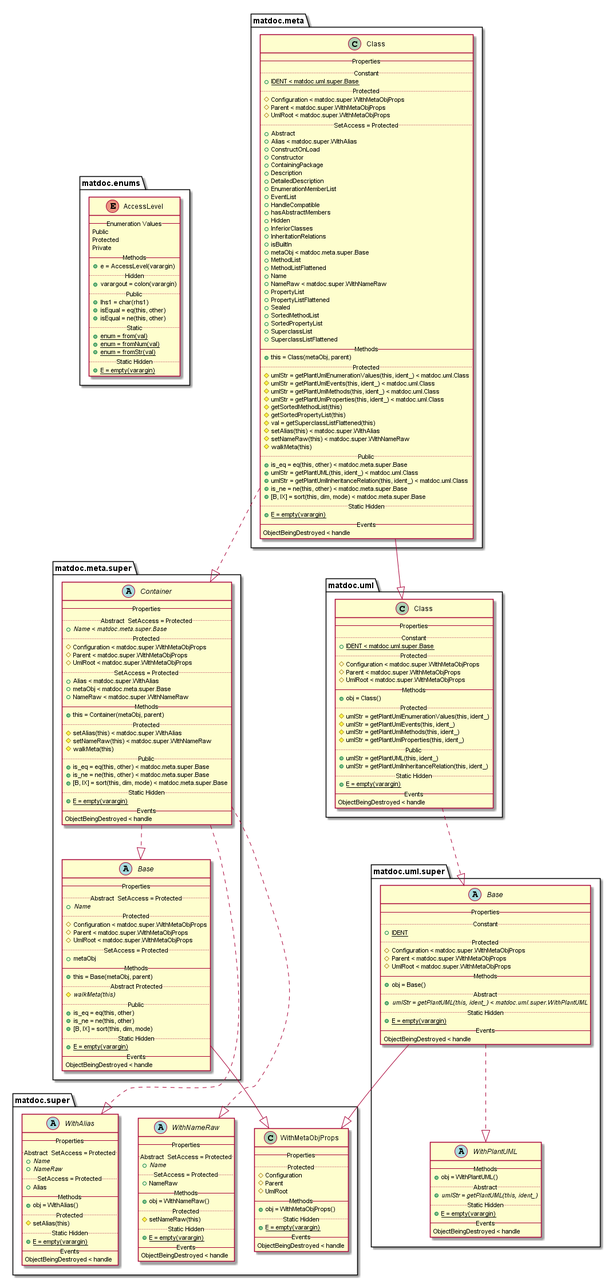
Before: doc/uml-examples/export-class-IgnoreBuiltInClass-true.png, a diagram exported from PlantUML (flxdot/matdoc).
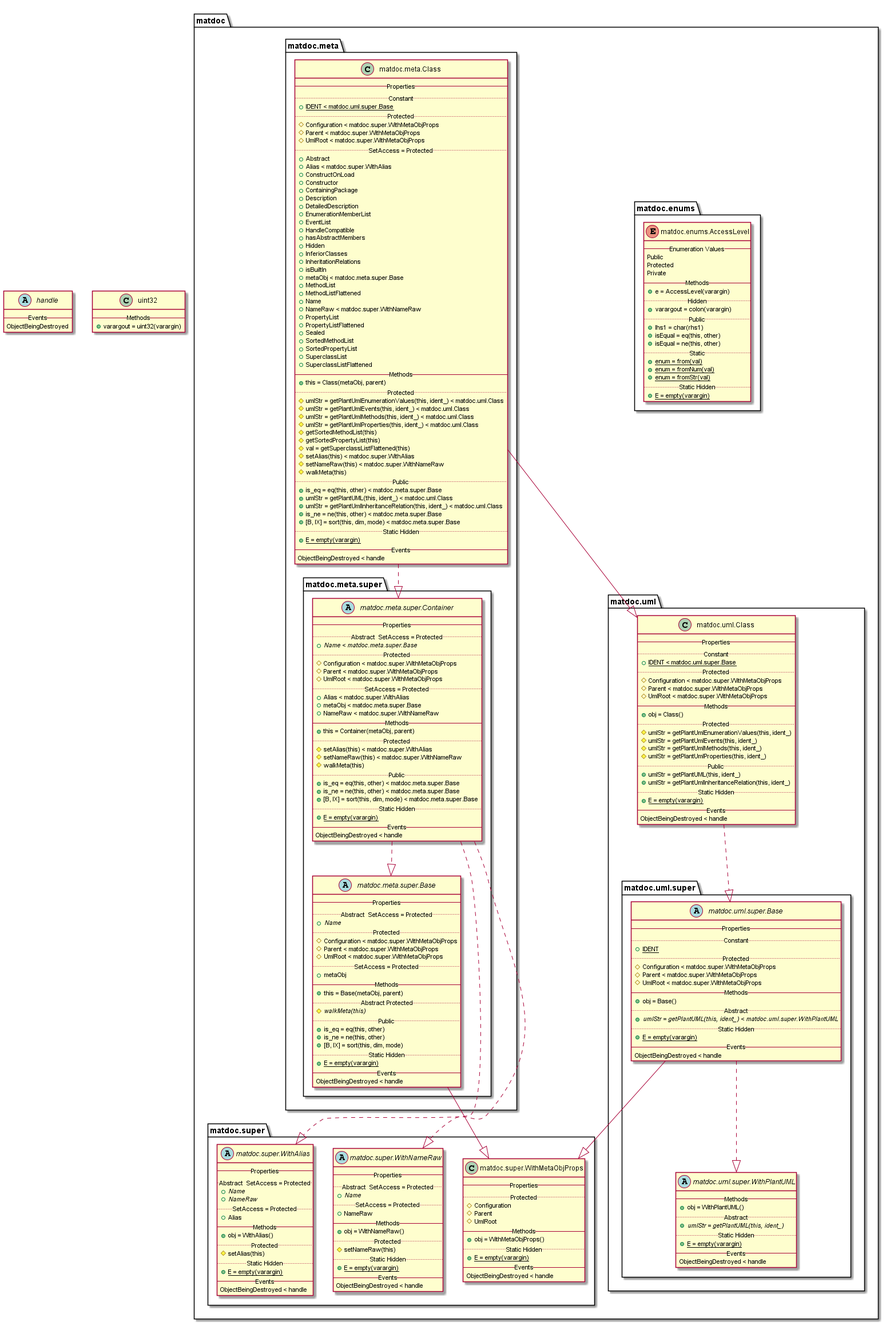
After the commit.

Diff of the diagram source:
```diff
@@ -1,237 +1,277 @@
 @startuml
 
-enum matdoc.enums.AccessLevel {
-   -- Enumeration Values --
-   Public
-   Protected
-   Private
-   -- Methods --
-   {method} + e = AccessLevel(varargin)
-   .. Hidden ..
-   {method} + varargout = colon(varargin)
-   .. Public ..
-   {method} + lhs1 = char(rhs1)
-   {method} + isEqual = eq(this, other)
-   {method} + isEqual = ne(this, other)
-   .. Static ..
-   {method} {static} + enum = from(val)
-   {method} {static} + enum = fromNum(val)
-   {method} {static} + enum = fromStr(val)
-   .. Static Hidden ..
-   {method} {static} + E = empty(varargin)
+set namespaceSeparator none
+
+abstract class handle {
+   -- Events --
+   ObjectBeingDestroyed
 }
 
-class matdoc.meta.Class {
-   -- Properties --
-   .. Constant ..
-   {field} {static} + IDENT < matdoc.uml.super.Base
-   .. Protected ..
-   {field} # Configuration < matdoc.super.WithMetaObjProps
-   {field} # Parent < matdoc.super.WithMetaObjProps
-   {field} # UmlRoot < matdoc.super.WithMetaObjProps
-   .. SetAccess = Protected ..
-   {field} + Abstract
-   {field} + Alias < matdoc.super.WithAlias
-   {field} + ConstructOnLoad
-   {field} + Constructor
-   {field} + ContainingPackage
-   {field} + Description
-   {field} + DetailedDescription
-   {field} + EnumerationMemberList
-   {field} + EventList
-   {field} + HandleCompatible
-   {field} + hasAbstractMembers
-   {field} + Hidden
-   {field} + InferiorClasses
-   {field} + InheritationRelations
-   {field} + isBuiltIn
-   {field} + metaObj < matdoc.meta.super.Base
-   {field} + MethodList
-   {field} + MethodListFlattened
-   {field} + Name
-   {field} + NameRaw < matdoc.super.WithNameRaw
-   {field} + PropertyList
-   {field} + PropertyListFlattened
-   {field} + Sealed
-   {field} + SortedMethodList
-   {field} + SortedPropertyList
-   {field} + SuperclassList
-   {field} + SuperclassListFlattened
+class uint32 {
    -- Methods --
-   {method} + this = Class(metaObj, parent)
-   .. Protected ..
-   {method} # umlStr = getPlantUmlEnumerationValues(this, ident_) < matdoc.uml.Class
-   {method} # umlStr = getPlantUmlEvents(this, ident_) < matdoc.uml.Class
-   {method} # umlStr = getPlantUmlMethods(this, ident_) < matdoc.uml.Class
-   {method} # umlStr = getPlantUmlProperties(this, ident_) < matdoc.uml.Class
-   {method} # getSortedMethodList(this)
-   {method} # getSortedPropertyList(this)
-   {method} # val = getSuperclassListFlattened(this)
-   {method} # setAlias(this) < matdoc.super.WithAlias
-   {method} # setNameRaw(this) < matdoc.super.WithNameRaw
-   {method} # walkMeta(this)
-   .. Public ..
-   {method} + is_eq = eq(this, other) < matdoc.meta.super.Base
-   {method} + umlStr = getPlantUML(this, ident_) < matdoc.uml.Class
-   {method} + umlStr = getPlantUmlInheritanceRelation(this, ident_) < matdoc.uml.Class
-   {method} + is_ne = ne(this, other) < matdoc.meta.super.Base
-   {method} + [B, IX] = sort(this, dim, mode) < matdoc.meta.super.Base
-   .. Static Hidden ..
-   {method} {static} + E = empty(varargin)
-   -- Events --
-   ObjectBeingDestroyed < handle
+   {method} + varargout = uint32(varargin)
 }
 
-abstract class matdoc.meta.super.Base {
-   -- Properties --
-   .. Abstract  SetAccess = Protected ..
-   {field} {abstract} + Name
-   .. Protected ..
-   {field} # Configuration < matdoc.super.WithMetaObjProps
-   {field} # Parent < matdoc.super.WithMetaObjProps
-   {field} # UmlRoot < matdoc.super.WithMetaObjProps
-   .. SetAccess = Protected ..
-   {field} + metaObj
-   -- Methods --
-   {method} + this = Base(metaObj, parent)
-   .. Abstract Protected ..
-   {method} {abstract} # walkMeta(this)
-   .. Public ..
-   {method} + is_eq = eq(this, other)
-   {method} + is_ne = ne(this, other)
-   {method} + [B, IX] = sort(this, dim, mode)
-   .. Static Hidden ..
-   {method} {static} + E = empty(varargin)
-   -- Events --
-   ObjectBeingDestroyed < handle
-}
+package matdoc {
 
-abstract class matdoc.meta.super.Container {
-   -- Properties --
-   .. Abstract  SetAccess = Protected ..
-   {field} {abstract} + Name < matdoc.meta.super.Base
-   .. Protected ..
-   {field} # Configuration < matdoc.super.WithMetaObjProps
-   {field} # Parent < matdoc.super.WithMetaObjProps
-   {field} # UmlRoot < matdoc.super.WithMetaObjProps
-   .. SetAccess = Protected ..
-   {field} + Alias < matdoc.super.WithAlias
-   {field} + metaObj < matdoc.meta.super.Base
-   {field} + NameRaw < matdoc.super.WithNameRaw
-   -- Methods --
-   {method} + this = Container(metaObj, parent)
-   .. Protected ..
-   {method} # setAlias(this) < matdoc.super.WithAlias
-   {method} # setNameRaw(this) < matdoc.super.WithNameRaw
-   {method} # walkMeta(this)
-   .. Public ..
-   {method} + is_eq = eq(this, other) < matdoc.meta.super.Base
-   {method} + is_ne = ne(this, other) < matdoc.meta.super.Base
-   {method} + [B, IX] = sort(this, dim, mode) < matdoc.meta.super.Base
-   .. Static Hidden ..
-   {method} {static} + E = empty(varargin)
-   -- Events --
-   ObjectBeingDestroyed < handle
-}
+   package matdoc.enums {
 
-abstract class matdoc.super.WithAlias {
-   -- Properties --
-   .. Abstract  SetAccess = Protected ..
-   {field} {abstract} + Name
-   {field} {abstract} + NameRaw
-   .. SetAccess = Protected ..
-   {field} + Alias
-   -- Methods --
-   {method} + obj = WithAlias()
-   .. Protected ..
-   {method} # setAlias(this)
-   .. Static Hidden ..
-   {method} {static} + E = empty(varargin)
-   -- Events --
-   ObjectBeingDestroyed < handle
-}
+      enum matdoc.enums.AccessLevel {
+         -- Enumeration Values --
+         Public
+         Protected
+         Private
+         -- Methods --
+         {method} + e = AccessLevel(varargin)
+         .. Hidden ..
+         {method} + varargout = colon(varargin)
+         .. Public ..
+         {method} + lhs1 = char(rhs1)
+         {method} + isEqual = eq(this, other)
+         {method} + isEqual = ne(this, other)
+         .. Static ..
+         {method} {static} + enum = from(val)
+         {method} {static} + enum = fromNum(val)
+         {method} {static} + enum = fromStr(val)
+         .. Static Hidden ..
+         {method} {static} + E = empty(varargin)
+      }
 
-class matdoc.super.WithMetaObjProps {
-   -- Properties --
-   .. Protected ..
-   {field} # Configuration
-   {field} # Parent
-   {field} # UmlRoot
-   -- Methods --
-   {method} + obj = WithMetaObjProps()
-   .. Static Hidden ..
-   {method} {static} + E = empty(varargin)
-   -- Events --
-   ObjectBeingDestroyed < handle
-}
+   }
 
-abstract class matdoc.super.WithNameRaw {
-   -- Properties --
-   .. Abstract  SetAccess = Protected ..
-   {field} {abstract} + Name
-   .. SetAccess = Protected ..
-   {field} + NameRaw
-   -- Methods --
-   {method} + obj = WithNameRaw()
-   .. Protected ..
-   {method} # setNameRaw(this)
-   .. Static Hidden ..
-   {method} {static} + E = empty(varargin)
-   -- Events --
-   ObjectBeingDestroyed < handle
-}
+   package matdoc.meta {
 
-class matdoc.uml.Class {
-   -- Properties --
-   .. Constant ..
-   {field} {static} + IDENT < matdoc.uml.super.Base
-   .. Protected ..
-   {field} # Configuration < matdoc.super.WithMetaObjProps
-   {field} # Parent < matdoc.super.WithMetaObjProps
-   {field} # UmlRoot < matdoc.super.WithMetaObjProps
-   -- Methods --
-   {method} + obj = Class()
-   .. Protected ..
-   {method} # umlStr = getPlantUmlEnumerationValues(this, ident_)
-   {method} # umlStr = getPlantUmlEvents(this, ident_)
-   {method} # umlStr = getPlantUmlMethods(this, ident_)
-   {method} # umlStr = getPlantUmlProperties(this, ident_)
-   .. Public ..
-   {method} + umlStr = getPlantUML(this, ident_)
-   {method} + umlStr = getPlantUmlInheritanceRelation(this, ident_)
-   .. Static Hidden ..
-   {method} {static} + E = empty(varargin)
-   -- Events --
-   ObjectBeingDestroyed < handle
-}
+      class matdoc.meta.Class {
+         -- Properties --
+         .. Constant ..
+         {field} {static} + IDENT < matdoc.uml.super.Base
+         .. Protected ..
+         {field} # Configuration < matdoc.super.WithMetaObjProps
+         {field} # Parent < matdoc.super.WithMetaObjProps
+         {field} # UmlRoot < matdoc.super.WithMetaObjProps
+         .. SetAccess = Protected ..
+         {field} + Abstract
+         {field} + Alias < matdoc.super.WithAlias
+         {field} + ConstructOnLoad
+         {field} + Constructor
+         {field} + ContainingPackage
+         {field} + Description
+         {field} + DetailedDescription
+         {field} + EnumerationMemberList
+         {field} + EventList
+         {field} + HandleCompatible
+         {field} + hasAbstractMembers
+         {field} + Hidden
+         {field} + InferiorClasses
+         {field} + InheritationRelations
+         {field} + isBuiltIn
+         {field} + metaObj < matdoc.meta.super.Base
+         {field} + MethodList
+         {field} + MethodListFlattened
+         {field} + Name
+         {field} + NameRaw < matdoc.super.WithNameRaw
+         {field} + PropertyList
+         {field} + PropertyListFlattened
+         {field} + Sealed
+         {field} + SortedMethodList
+         {field} + SortedPropertyList
+         {field} + SuperclassList
+         {field} + SuperclassListFlattened
+         -- Methods --
+         {method} + this = Class(metaObj, parent)
+         .. Protected ..
+         {method} # umlStr = getPlantUmlEnumerationValues(this, ident_) < matdoc.uml.Class
+         {method} # umlStr = getPlantUmlEvents(this, ident_) < matdoc.uml.Class
+         {method} # umlStr = getPlantUmlMethods(this, ident_) < matdoc.uml.Class
+         {method} # umlStr = getPlantUmlProperties(this, ident_) < matdoc.uml.Class
+         {method} # getSortedMethodList(this)
+         {method} # getSortedPropertyList(this)
+         {method} # val = getSuperclassListFlattened(this)
+         {method} # setAlias(this) < matdoc.super.WithAlias
+         {method} # setNameRaw(this) < matdoc.super.WithNameRaw
+         {method} # walkMeta(this)
+         .. Public ..
+         {method} + is_eq = eq(this, other) < matdoc.meta.super.Base
+         {method} + umlStr = getPlantUML(this, ident_) < matdoc.uml.Class
+         {method} + umlStr = getPlantUmlInheritanceRelation(this, ident_) < matdoc.uml.Class
+         {method} + is_ne = ne(this, other) < matdoc.meta.super.Base
+         {method} + [B, IX] = sort(this, dim, mode) < matdoc.meta.super.Base
+         .. Static Hidden ..
+         {method} {static} + E = empty(varargin)
+         -- Events --
+         ObjectBeingDestroyed < handle
+      }
 
-abstract class matdoc.uml.super.Base {
-   -- Properties --
-   .. Constant ..
-   {field} {static} + IDENT
-   .. Protected ..
-   {field} # Configuration < matdoc.super.WithMetaObjProps
-   {field} # Parent < matdoc.super.WithMetaObjProps
-   {field} # UmlRoot < matdoc.super.WithMetaObjProps
-   -- Methods --
-   {method} + obj = Base()
-   .. Abstract ..
-   {method} {abstract} + umlStr = getPlantUML(this, ident_) < matdoc.uml.super.WithPlantUML
-   .. Static Hidden ..
-   {method} {static} + E = empty(varargin)
-   -- Events --
-   ObjectBeingDestroyed < handle
-}
+      package matdoc.meta.super {
 
-abstract class matdoc.uml.super.WithPlantUML {
-   -- Methods --
-   {method} + obj = WithPlantUML()
-   .. Abstract ..
-   {method} {abstract} + umlStr = getPlantUML(this, ident_)
-   .. Static Hidden ..
-   {method} {static} + E = empty(varargin)
-   -- Events --
-   ObjectBeingDestroyed < handle
+         abstract class matdoc.meta.super.Base {
+            -- Properties --
+            .. Abstract  SetAccess = Protected ..
+            {field} {abstract} + Name
+            .. Protected ..
+            {field} # Configuration < matdoc.super.WithMetaObjProps
+            {field} # Parent < matdoc.super.WithMetaObjProps
+            {field} # UmlRoot < matdoc.super.WithMetaObjProps
+            .. SetAccess = Protected ..
+            {field} + metaObj
+            -- Methods --
+            {method} + this = Base(metaObj, parent)
+            .. Abstract Protected ..
+            {method} {abstract} # walkMeta(this)
+            .. Public ..
+            {method} + is_eq = eq(this, other)
+            {method} + is_ne = ne(this, other)
+            {method} + [B, IX] = sort(this, dim, mode)
+            .. Static Hidden ..
+            {method} {static} + E = empty(varargin)
+            -- Events --
+            ObjectBeingDestroyed < handle
+         }
+
+         abstract class matdoc.meta.super.Container {
+            -- Properties --
+            .. Abstract  SetAccess = Protected ..
+            {field} {abstract} + Name < matdoc.meta.super.Base
+            .. Protected ..
+            {field} # Configuration < matdoc.super.WithMetaObjProps
+            {field} # Parent < matdoc.super.WithMetaObjProps
+            {field} # UmlRoot < matdoc.super.WithMetaObjProps
+            .. SetAccess = Protected ..
+            {field} + Alias < matdoc.super.WithAlias
+            {field} + metaObj < matdoc.meta.super.Base
+            {field} + NameRaw < matdoc.super.WithNameRaw
+            -- Methods --
+            {method} + this = Container(metaObj, parent)
+            .. Protected ..
+            {method} # setAlias(this) < matdoc.super.WithAlias
+            {method} # setNameRaw(this) < matdoc.super.WithNameRaw
+            {method} # walkMeta(this)
+            .. Public ..
+            {method} + is_eq = eq(this, other) < matdoc.meta.super.Base
+            {method} + is_ne = ne(this, other) < matdoc.meta.super.Base
+            {method} + [B, IX] = sort(this, dim, mode) < matdoc.meta.super.Base
+            .. Static Hidden ..
+            {method} {static} + E = empty(varargin)
+            -- Events --
+            ObjectBeingDestroyed < handle
+         }
+
+      }
+
+   }
+
+   package matdoc.super {
+
+      abstract class matdoc.super.WithAlias {
+         -- Properties --
+         .. Abstract  SetAccess = Protected ..
+         {field} {abstract} + Name
+         {field} {abstract} + NameRaw
+         .. SetAccess = Protected ..
+         {field} + Alias
+         -- Methods --
+         {method} + obj = WithAlias()
+         .. Protected ..
+         {method} # setAlias(this)
+         .. Static Hidden ..
+         {method} {static} + E = empty(varargin)
+         -- Events --
+         ObjectBeingDestroyed < handle
+      }
+
+      class matdoc.super.WithMetaObjProps {
+         -- Properties --
+         .. Protected ..
+         {field} # Configuration
+         {field} # Parent
+         {field} # UmlRoot
+         -- Methods --
+         {method} + obj = WithMetaObjProps()
+         .. Static Hidden ..
+         {method} {static} + E = empty(varargin)
+         -- Events --
+         ObjectBeingDestroyed < handle
+      }
+
+      abstract class matdoc.super.WithNameRaw {
+         -- Properties --
+         .. Abstract  SetAccess = Protected ..
+         {field} {abstract} + Name
+         .. SetAccess = Protected ..
+         {field} + NameRaw
+         -- Methods --
+         {method} + obj = WithNameRaw()
+         .. Protected ..
+         {method} # setNameRaw(this)
+         .. Static Hidden ..
+         {method} {static} + E = empty(varargin)
+         -- Events --
+         ObjectBeingDestroyed < handle
+      }
+
+   }
+
+   package matdoc.uml {
+
+      class matdoc.uml.Class {
+         -- Properties --
+         .. Constant ..
+         {field} {static} + IDENT < matdoc.uml.super.Base
+         .. Protected ..
+         {field} # Configuration < matdoc.super.WithMetaObjProps
+         {field} # Parent < matdoc.super.WithMetaObjProps
+         {field} # UmlRoot < matdoc.super.WithMetaObjProps
+         -- Methods --
+         {method} + obj = Class()
+         .. Protected ..
+         {method} # umlStr = getPlantUmlEnumerationValues(this, ident_)
+         {method} # umlStr = getPlantUmlEvents(this, ident_)
+         {method} # umlStr = getPlantUmlMethods(this, ident_)
+         {method} # umlStr = getPlantUmlProperties(this, ident_)
+         .. Public ..
+         {method} + umlStr = getPlantUML(this, ident_)
+         {method} + umlStr = getPlantUmlInheritanceRelation(this, ident_)
+         .. Static Hidden ..
+         {method} {static} + E = empty(varargin)
+         -- Events --
+         ObjectBeingDestroyed < handle
+      }
+
+      package matdoc.uml.super {
+
+         abstract class matdoc.uml.super.Base {
+            -- Properties --
+            .. Constant ..
+            {field} {static} + IDENT
+            .. Protected ..
+            {field} # Configuration < matdoc.super.WithMetaObjProps
+            {field} # Parent < matdoc.super.WithMetaObjProps
+            {field} # UmlRoot < matdoc.super.WithMetaObjProps
+            -- Methods --
+            {method} + obj = Base()
+            .. Abstract ..
+            {method} {abstract} + umlStr = getPlantUML(this, ident_) < matdoc.uml.super.WithPlantUML
+            .. Static Hidden ..
+            {method} {static} + E = empty(varargin)
+            -- Events --
+            ObjectBeingDestroyed < handle
+         }
+
+         abstract class matdoc.uml.super.WithPlantUML {
+            -- Methods --
+            {method} + obj = WithPlantUML()
+            .. Abstract ..
+            {method} {abstract} + umlStr = getPlantUML(this, ident_)
+            .. Static Hidden ..
+            {method} {static} + E = empty(varargin)
+            -- Events --
+            ObjectBeingDestroyed < handle
+         }
+
+      }
+
+   }
+
 }
 
 
@@ -248,5 +288,4 @@
 matdoc.uml.super.Base --|> matdoc.super.WithMetaObjProps
 matdoc.uml.super.Base ..|> matdoc.uml.super.WithPlantUML
 
-
 @enduml
```
